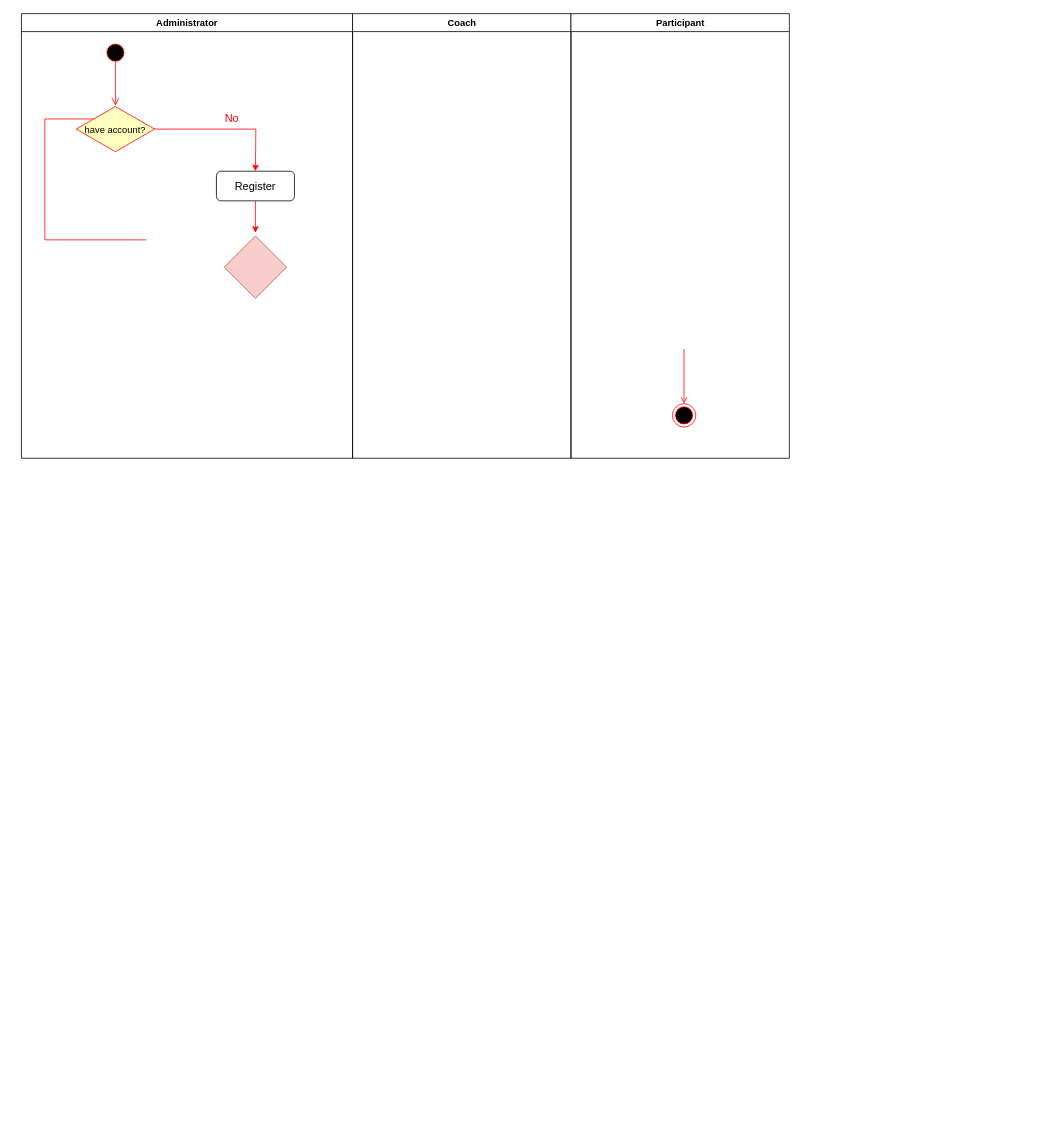
Before: Gym Activity Diagram.drawio in doaa517/Diagrams, a draw.io diagram. Source tidied: cells renumbered, new cells numbered last; positions are measured from the earlier drawing's top-left corner, leaving out a move shared by most shapes. Both pictures are drawn from the tidied source at 78%, with x=0, y=0 at pixel (21, 13).
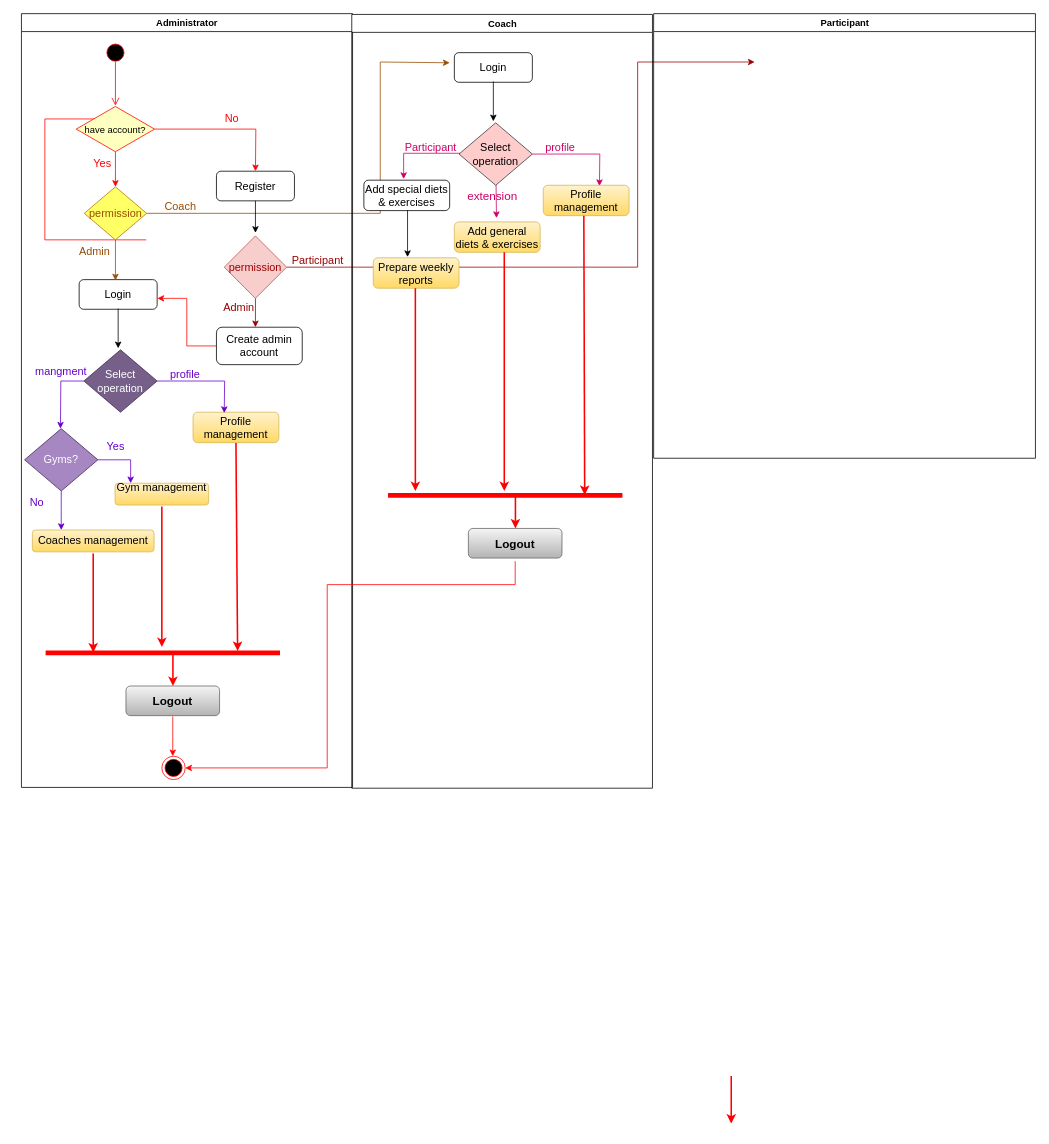
After the change.

The change refers to these unchanged cells:
```xml
<mxCell id="6" value="have account?" style="rhombus;fillColor=#ffffc0;strokeColor=#ff0000;" parent="2" vertex="1">
  <mxGeometry x="70.2" y="119" width="100.5" height="58" as="geometry" />
</mxCell>
```

The edit, as a diff of the source:
```diff
@@
+    <mxCell id="16" style="edgeStyle=orthogonalEdgeStyle;rounded=0;jettySize=auto;html=1;strokeColor=#990000;fontSize=14;fontColor=#994C00;" parent="1" edge="1" source="9">
+      <mxGeometry relative="1" as="geometry">
+        <mxPoint x="940" y="62" as="targetPoint" />
+        <Array as="points">
+          <mxPoint x="790" y="325" />
+          <mxPoint x="790" y="62" />
+        </Array>
+      </mxGeometry>
+    </mxCell>
+    <mxCell id="17" style="edgeStyle=orthogonalEdgeStyle;rounded=0;jettySize=auto;html=1;strokeColor=#994C00;fontSize=14;fontColor=#994C00;entryX=-0.06;entryY=0.342;entryDx=0;entryDy=0;entryPerimeter=0;" parent="1" edge="1" source="25" target="37">
+      <mxGeometry relative="1" as="geometry">
+        <Array as="points">
+          <mxPoint x="460" y="256" />
+          <mxPoint x="460" y="62" />
+        </Array>
+      </mxGeometry>
+    </mxCell>
+    <mxCell id="18" style="edgeStyle=none;rounded=0;jettySize=auto;html=1;strokeColor=#CC0066;strokeWidth=1;fontSize=15;fontColor=#6600CC;" parent="1" edge="1" source="38">
+      <mxGeometry relative="1" as="geometry">
+        <mxPoint x="609" y="262" as="targetPoint" />
+      </mxGeometry>
+    </mxCell>
     <mxCell id="2" value="Administrator" style="swimlane;whiteSpace=wrap;" parent="1" vertex="1">
-      <mxGeometry width="424.5" height="570" as="geometry" />
+      <mxGeometry width="424.5" height="992" as="geometry" />
     </mxCell>
@@
-    <mxCell id="9" style="rhombus;whiteSpace=wrap;html=1;fontSize=14;fillColor=#f8cecc;strokeColor=#b85450;" parent="2" vertex="1">
+    <mxCell id="9" value="&lt;font color=&quot;#990000&quot;&gt;permission&lt;/font&gt;" style="rhombus;whiteSpace=wrap;html=1;fontSize=14;fillColor=#f8cecc;strokeColor=#b85450;" parent="2" vertex="1">
       <mxGeometry x="260" y="285" width="80" height="80" as="geometry" />
     </mxCell>
+    <mxCell id="19" style="edgeStyle=orthogonalEdgeStyle;rounded=0;jettySize=auto;html=1;entryX=1.003;entryY=0.632;entryDx=0;entryDy=0;entryPerimeter=0;strokeColor=#FF0000;fontSize=14;fontColor=#000000;" parent="2" edge="1" source="20" target="22">
+      <mxGeometry relative="1" as="geometry" />
+    </mxCell>
+    <mxCell id="20" value="&lt;font color=&quot;#000000&quot;&gt;Create admin account&lt;br&gt;&lt;/font&gt;" style="rounded=1;whiteSpace=wrap;html=1;fontSize=14;" parent="2" vertex="1">
+      <mxGeometry x="250" y="402" width="110" height="48" as="geometry" />
+    </mxCell>
+    <mxCell id="21" value="&lt;font color=&quot;#FF0000&quot;&gt;Yes&lt;/font&gt;" style="text;html=1;strokeColor=none;fillColor=none;align=center;verticalAlign=middle;whiteSpace=wrap;rounded=0;fontSize=14;fontColor=#000000;" parent="2" vertex="1">
+      <mxGeometry x="74" y="177" width="60" height="30" as="geometry" />
+    </mxCell>
+    <mxCell id="22" value="Login" style="rounded=1;whiteSpace=wrap;html=1;fontSize=14;fontColor=#000000;" parent="2" vertex="1">
+      <mxGeometry x="74" y="341" width="100" height="38" as="geometry" />
+    </mxCell>
+    <mxCell id="23" value="&lt;font color=&quot;#994C00&quot;&gt;Admin&lt;/font&gt;" style="text;html=1;strokeColor=none;fillColor=none;align=center;verticalAlign=middle;whiteSpace=wrap;rounded=0;fontSize=14;fontColor=#FF0000;" parent="2" vertex="1">
+      <mxGeometry x="64" y="290" width="60" height="30" as="geometry" />
+    </mxCell>
+    <mxCell id="24" value="Select operation" style="rhombus;whiteSpace=wrap;html=1;fontSize=14;fillColor=#76608a;strokeColor=#432D57;fontColor=#ffffff;" parent="2" vertex="1">
+      <mxGeometry x="80" y="431" width="94" height="80" as="geometry" />
+    </mxCell>
+    <mxCell id="25" value="&lt;font color=&quot;#994C00&quot;&gt;permission&lt;/font&gt;" style="rhombus;whiteSpace=wrap;html=1;fontSize=14;fillColor=#FFFF66;strokeColor=#BD7000;fontColor=#000000;" parent="2" vertex="1">
+      <mxGeometry x="80.5" y="222" width="80" height="68" as="geometry" />
+    </mxCell>
+    <mxCell id="26" value="&lt;font color=&quot;#994C00&quot;&gt;Coach&lt;/font&gt;" style="text;html=1;strokeColor=none;fillColor=none;align=center;verticalAlign=middle;whiteSpace=wrap;rounded=0;fontSize=14;fontColor=#FF0000;" parent="2" vertex="1">
+      <mxGeometry x="174" y="232" width="60" height="30" as="geometry" />
+    </mxCell>
+    <mxCell id="27" value="&lt;font color=&quot;#990000&quot;&gt;Participant&lt;/font&gt;" style="text;html=1;strokeColor=none;fillColor=none;align=center;verticalAlign=middle;whiteSpace=wrap;rounded=0;fontSize=14;fontColor=#FF0000;" parent="2" vertex="1">
+      <mxGeometry x="350" y="302" width="60" height="30" as="geometry" />
+    </mxCell>
+    <mxCell id="28" value="&lt;font color=&quot;#6600CC&quot;&gt;profile&lt;/font&gt;" style="text;html=1;strokeColor=none;fillColor=none;align=center;verticalAlign=middle;whiteSpace=wrap;rounded=0;fontSize=14;fontColor=#990000;" parent="2" vertex="1">
+      <mxGeometry x="180" y="448" width="60" height="30" as="geometry" />
+    </mxCell>
+    <mxCell id="29" value="mangment" style="text;html=1;strokeColor=none;fillColor=none;align=center;verticalAlign=middle;whiteSpace=wrap;rounded=0;fontSize=14;fontColor=#6600CC;" parent="2" vertex="1">
+      <mxGeometry x="21" y="444" width="60" height="30" as="geometry" />
+    </mxCell>
+    <mxCell id="30" value="Gyms?" style="rhombus;whiteSpace=wrap;html=1;fontSize=14;fillColor=#A687C2;strokeColor=#432D57;fontColor=#ffffff;" parent="2" vertex="1">
+      <mxGeometry x="4" y="532" width="94" height="80" as="geometry" />
+    </mxCell>
+    <mxCell id="31" value="&lt;p&gt;&lt;span&gt;Profile management&lt;/span&gt;&lt;/p&gt;" style="rounded=1;whiteSpace=wrap;html=1;fontSize=14;fillColor=#fff2cc;gradientColor=#ffd966;strokeColor=#d6b656;" parent="2" vertex="1">
+      <mxGeometry x="220" y="511" width="110" height="39" as="geometry" />
+    </mxCell>
+    <mxCell id="32" value="Yes" style="text;html=1;strokeColor=none;fillColor=none;align=center;verticalAlign=middle;whiteSpace=wrap;rounded=0;fontSize=14;fontColor=#6600CC;" parent="2" vertex="1">
+      <mxGeometry x="91" y="540" width="60" height="30" as="geometry" />
+    </mxCell>
+    <mxCell id="33" value="&#10;&lt;p&gt;&lt;/p&gt;&lt;p&gt;&lt;span&gt;Gym management&lt;/span&gt;&lt;/p&gt;&lt;p&gt;&lt;/p&gt;&#10;&#10;" style="rounded=1;whiteSpace=wrap;html=1;fontSize=14;fillColor=#fff2cc;gradientColor=#ffd966;strokeColor=#d6b656;" parent="2" vertex="1">
+      <mxGeometry x="120" y="602" width="120" height="28" as="geometry" />
+    </mxCell>
+    <mxCell id="34" value="&lt;br&gt;&lt;p&gt;&lt;/p&gt;&lt;p&gt;&lt;span&gt;Coaches &lt;/span&gt;&lt;span&gt;management&lt;/span&gt;&lt;/p&gt;&lt;p&gt;&lt;/p&gt;&lt;br&gt;" style="rounded=1;whiteSpace=wrap;html=1;fontSize=14;fillColor=#fff2cc;gradientColor=#ffd966;strokeColor=#d6b656;" parent="2" vertex="1">
+      <mxGeometry x="14" y="662" width="156" height="28" as="geometry" />
+    </mxCell>
+    <mxCell id="35" style="shape=line;strokeWidth=6;strokeColor=#ff0000;rotation=-180;" parent="2" vertex="1">
+      <mxGeometry x="31" y="812" width="300.5" height="15" as="geometry" />
+    </mxCell>
+    <mxCell id="36" value="&lt;b&gt;&lt;font style=&quot;font-size: 15px;&quot;&gt;Logout&lt;/font&gt;&lt;/b&gt;" style="rounded=1;whiteSpace=wrap;html=1;fontSize=14;fillColor=#f5f5f5;gradientColor=#b3b3b3;strokeColor=#666666;" parent="2" vertex="1">
+      <mxGeometry x="134" y="862" width="120" height="38" as="geometry" />
+    </mxCell>
+    <mxCell id="12" style="ellipse;shape=endState;fillColor=#000000;strokeColor=#ff0000;" parent="2" vertex="1">
+      <mxGeometry x="180" y="952" width="30" height="30" as="geometry" />
+    </mxCell>
     <mxCell id="10" value="Coach" style="swimlane;whiteSpace=wrap;" parent="1" vertex="1">
-      <mxGeometry x="424.5" width="280" height="570" as="geometry" />
+      <mxGeometry x="423.5" y="1" width="385.5" height="992" as="geometry" />
     </mxCell>
+    <mxCell id="37" value="Login" style="rounded=1;whiteSpace=wrap;html=1;fontSize=14;fontColor=#000000;" parent="10" vertex="1">
+      <mxGeometry x="131.5" y="49" width="100" height="38" as="geometry" />
+    </mxCell>
+    <mxCell id="38" value="Select operation" style="rhombus;whiteSpace=wrap;html=1;fontSize=14;fillColor=#ffcccc;strokeColor=#36393d;" parent="10" vertex="1">
+      <mxGeometry x="137.5" y="139" width="94" height="80" as="geometry" />
+    </mxCell>
+    <mxCell id="39" value="&lt;font color=&quot;#CC0066&quot;&gt;profile&lt;/font&gt;" style="text;html=1;strokeColor=none;fillColor=none;align=center;verticalAlign=middle;whiteSpace=wrap;rounded=0;fontSize=14;fontColor=#990000;" parent="10" vertex="1">
+      <mxGeometry x="237.5" y="156" width="60" height="30" as="geometry" />
+    </mxCell>
+    <mxCell id="40" value="&lt;font color=&quot;#CC0066&quot;&gt;Participant&lt;/font&gt;" style="text;html=1;strokeColor=none;fillColor=none;align=center;verticalAlign=middle;whiteSpace=wrap;rounded=0;fontSize=14;fontColor=#6600CC;" parent="10" vertex="1">
+      <mxGeometry x="71.5" y="156" width="60" height="30" as="geometry" />
+    </mxCell>
+    <mxCell id="41" style="edgeStyle=orthogonalEdgeStyle;rounded=0;orthogonalLoop=1;jettySize=auto;html=1;strokeColor=#000000;fontSize=14;fontColor=#000000;" parent="10" edge="1">
+      <mxGeometry relative="1" as="geometry">
+        <mxPoint x="181.5" y="86" as="sourcePoint" />
+        <mxPoint x="181.5" y="137" as="targetPoint" />
+      </mxGeometry>
+    </mxCell>
+    <mxCell id="42" style="edgeStyle=orthogonalEdgeStyle;rounded=0;jettySize=auto;html=1;strokeColor=#CC0066;fontSize=14;fontColor=#990000;" parent="10" edge="1" source="38">
+      <mxGeometry relative="1" as="geometry">
+        <mxPoint x="317.5" y="220" as="targetPoint" />
+      </mxGeometry>
+    </mxCell>
+    <mxCell id="43" value="&lt;p&gt;&lt;span&gt;Profile management&lt;/span&gt;&lt;/p&gt;" style="rounded=1;whiteSpace=wrap;html=1;fontSize=14;fillColor=#fff2cc;gradientColor=#ffd966;strokeColor=#d6b656;" parent="10" vertex="1">
+      <mxGeometry x="245.5" y="219" width="110" height="39" as="geometry" />
+    </mxCell>
+    <mxCell id="44" value="extension" style="text;html=1;strokeColor=none;fillColor=none;align=center;verticalAlign=middle;whiteSpace=wrap;rounded=0;fontSize=15;fontColor=#CC0066;" parent="10" vertex="1">
+      <mxGeometry x="150.5" y="217" width="60" height="30" as="geometry" />
+    </mxCell>
+    <mxCell id="45" value="&lt;p&gt;&lt;span&gt;Add general diets&lt;/span&gt; &amp;amp; exercises &lt;/p&gt;" style="rounded=1;whiteSpace=wrap;html=1;fontSize=14;fillColor=#fff2cc;gradientColor=#ffd966;strokeColor=#d6b656;" parent="10" vertex="1">
+      <mxGeometry x="131.5" y="266" width="110" height="39" as="geometry" />
+    </mxCell>
+    <mxCell id="46" value="&lt;p&gt;&lt;span&gt;Add special diets&lt;/span&gt; &amp;amp; exercises&lt;/p&gt;" style="rounded=1;whiteSpace=wrap;html=1;fontSize=14;" parent="10" vertex="1">
+      <mxGeometry x="15.5" y="212.5" width="110" height="39" as="geometry" />
+    </mxCell>
+    <mxCell id="47" value="&lt;span&gt;Prepare weekly reports &lt;/span&gt;" style="rounded=1;whiteSpace=wrap;html=1;fontSize=14;fillColor=#fff2cc;gradientColor=#ffd966;strokeColor=#d6b656;" parent="10" vertex="1">
+      <mxGeometry x="27.5" y="312" width="110" height="39" as="geometry" />
+    </mxCell>
+    <mxCell id="48" style="rounded=0;jettySize=auto;html=1;strokeColor=#FF0000;fontSize=14;fontColor=#6600CC;strokeWidth=2;entryX=0.161;entryY=0.533;entryDx=0;entryDy=0;entryPerimeter=0;" parent="10" edge="1" target="51">
+      <mxGeometry relative="1" as="geometry">
+        <mxPoint x="297.5" y="258" as="sourcePoint" />
+      </mxGeometry>
+    </mxCell>
+    <mxCell id="49" style="rounded=0;jettySize=auto;html=1;strokeColor=#FF0000;fontSize=14;fontColor=#6600CC;strokeWidth=2;exitX=0.582;exitY=1;exitDx=0;exitDy=0;exitPerimeter=0;" parent="10" edge="1" source="45">
+      <mxGeometry relative="1" as="geometry">
+        <mxPoint x="195.5" y="611" as="targetPoint" />
+      </mxGeometry>
+    </mxCell>
+    <mxCell id="50" style="rounded=0;orthogonalLoop=1;jettySize=auto;html=1;strokeColor=#FF0000;fontSize=14;fontColor=#6600CC;strokeWidth=2;" parent="10" edge="1">
+      <mxGeometry relative="1" as="geometry">
+        <mxPoint x="81.5" y="351" as="sourcePoint" />
+        <mxPoint x="81.5" y="611" as="targetPoint" />
+      </mxGeometry>
+    </mxCell>
+    <mxCell id="51" style="shape=line;strokeWidth=6;strokeColor=#ff0000;rotation=-180;" parent="10" vertex="1">
+      <mxGeometry x="46.5" y="609" width="300.5" height="15" as="geometry" />
+    </mxCell>
+    <mxCell id="52" value="&lt;b&gt;&lt;font style=&quot;font-size: 15px;&quot;&gt;Logout&lt;/font&gt;&lt;/b&gt;" style="rounded=1;whiteSpace=wrap;html=1;fontSize=14;fillColor=#f5f5f5;gradientColor=#b3b3b3;strokeColor=#666666;" parent="10" vertex="1">
+      <mxGeometry x="149.5" y="659" width="120" height="38" as="geometry" />
+    </mxCell>
+    <mxCell id="53" style="edgeStyle=none;rounded=0;orthogonalLoop=1;jettySize=auto;html=1;strokeColor=#FF0000;fontSize=14;fontColor=#6600CC;strokeWidth=2;" parent="10" edge="1">
+      <mxGeometry relative="1" as="geometry">
+        <mxPoint x="209.8" y="616.5" as="sourcePoint" />
+        <mxPoint x="209.8" y="659" as="targetPoint" />
+      </mxGeometry>
+    </mxCell>
     <mxCell id="11" value="Participant" style="swimlane;whiteSpace=wrap;" parent="1" vertex="1">
-      <mxGeometry x="704.5" width="280" height="570" as="geometry" />
+      <mxGeometry x="810.5" width="489.5" height="570" as="geometry" />
     </mxCell>
-    <mxCell id="12" style="ellipse;shape=endState;fillColor=#000000;strokeColor=#ff0000;" parent="11" vertex="1">
-      <mxGeometry x="130" y="500" width="30" height="30" as="geometry" />
-    </mxCell>
-    <mxCell id="13" style="endArrow=open;strokeColor=#FF0000;endFill=1;rounded=0;" parent="11" edge="1" target="12">
-      <mxGeometry relative="1" as="geometry">
-        <mxPoint x="145" y="430" as="sourcePoint" />
-      </mxGeometry>
-    </mxCell>
@@
-    <mxCell id="15" style="edgeStyle=orthogonalEdgeStyle;rounded=0;orthogonalLoop=1;jettySize=auto;html=1;strokeColor=#FF0000;fontSize=14;fontColor=#000000;" parent="1" edge="1">
+    <mxCell id="15" style="edgeStyle=orthogonalEdgeStyle;rounded=0;orthogonalLoop=1;jettySize=auto;html=1;strokeColor=#000000;fontSize=14;fontColor=#000000;" parent="1" edge="1">
       <mxGeometry relative="1" as="geometry">
         <mxPoint x="300" y="240" as="sourcePoint" />
         <mxPoint x="300" y="281" as="targetPoint" />
       </mxGeometry>
     </mxCell>
+    <mxCell id="54" style="edgeStyle=orthogonalEdgeStyle;rounded=0;jettySize=auto;html=1;strokeColor=#990000;fontSize=14;fontColor=#990000;" parent="1" edge="1" source="9">
+      <mxGeometry relative="1" as="geometry">
+        <mxPoint x="300" y="402" as="targetPoint" />
+      </mxGeometry>
+    </mxCell>
+    <mxCell id="55" style="edgeStyle=orthogonalEdgeStyle;rounded=0;jettySize=auto;html=1;strokeColor=#FF0000;fontSize=14;fontColor=#000000;" parent="1" edge="1" source="6">
+      <mxGeometry relative="1" as="geometry">
+        <mxPoint x="120.5" y="222" as="targetPoint" />
+      </mxGeometry>
+    </mxCell>
+    <mxCell id="56" style="edgeStyle=orthogonalEdgeStyle;rounded=0;orthogonalLoop=1;jettySize=auto;html=1;strokeColor=#000000;fontSize=14;fontColor=#000000;" parent="1" edge="1">
+      <mxGeometry relative="1" as="geometry">
+        <mxPoint x="124" y="378" as="sourcePoint" />
+        <mxPoint x="124" y="429" as="targetPoint" />
+      </mxGeometry>
+    </mxCell>
+    <mxCell id="57" style="edgeStyle=orthogonalEdgeStyle;rounded=0;jettySize=auto;html=1;strokeColor=#994C00;fontSize=14;fontColor=#994C00;" parent="1" edge="1" source="25">
+      <mxGeometry relative="1" as="geometry">
+        <mxPoint x="120.5" y="342" as="targetPoint" />
+      </mxGeometry>
+    </mxCell>
+    <mxCell id="58" value="&lt;font color=&quot;#990000&quot;&gt;Admin&lt;/font&gt;" style="text;html=1;strokeColor=none;fillColor=none;align=center;verticalAlign=middle;whiteSpace=wrap;rounded=0;fontSize=14;fontColor=#FF0000;" parent="1" vertex="1">
+      <mxGeometry x="249" y="362" width="60" height="30" as="geometry" />
+    </mxCell>
+    <mxCell id="59" style="edgeStyle=orthogonalEdgeStyle;rounded=0;jettySize=auto;html=1;strokeColor=#6600CC;fontSize=14;fontColor=#990000;" parent="1" edge="1" source="24">
+      <mxGeometry relative="1" as="geometry">
+        <mxPoint x="260" y="512" as="targetPoint" />
+      </mxGeometry>
+    </mxCell>
+    <mxCell id="60" style="edgeStyle=orthogonalEdgeStyle;rounded=0;jettySize=auto;html=1;strokeColor=#6600CC;fontSize=14;fontColor=#990000;" parent="1" edge="1" source="24">
+      <mxGeometry relative="1" as="geometry">
+        <mxPoint x="50" y="532" as="targetPoint" />
+      </mxGeometry>
+    </mxCell>
+    <mxCell id="61" style="edgeStyle=elbowEdgeStyle;rounded=0;jettySize=auto;html=1;strokeColor=#6600CC;fontSize=14;fontColor=#6600CC;" parent="1" edge="1" source="30">
+      <mxGeometry relative="1" as="geometry">
+        <mxPoint x="140" y="602" as="targetPoint" />
+        <Array as="points">
+          <mxPoint x="140" y="572" />
+        </Array>
+      </mxGeometry>
+    </mxCell>
+    <mxCell id="62" style="edgeStyle=elbowEdgeStyle;rounded=0;jettySize=auto;html=1;strokeColor=#6600CC;fontSize=14;fontColor=#6600CC;" parent="1" edge="1" source="30">
+      <mxGeometry relative="1" as="geometry">
+        <mxPoint x="51" y="662" as="targetPoint" />
+      </mxGeometry>
+    </mxCell>
+    <mxCell id="63" value="No" style="text;html=1;strokeColor=none;fillColor=none;align=center;verticalAlign=middle;whiteSpace=wrap;rounded=0;fontSize=14;fontColor=#6600CC;" parent="1" vertex="1">
+      <mxGeometry x="-10" y="612" width="60" height="30" as="geometry" />
+    </mxCell>
+    <mxCell id="64" style="rounded=0;jettySize=auto;html=1;strokeColor=#FF0000;fontSize=14;fontColor=#6600CC;entryX=0.181;entryY=0.667;entryDx=0;entryDy=0;entryPerimeter=0;strokeWidth=2;" parent="1" edge="1" target="35">
+      <mxGeometry relative="1" as="geometry">
+        <mxPoint x="275" y="550.5" as="sourcePoint" />
+      </mxGeometry>
+    </mxCell>
+    <mxCell id="65" style="edgeStyle=elbowEdgeStyle;rounded=0;orthogonalLoop=1;jettySize=auto;html=1;strokeColor=#FF0000;fontSize=14;fontColor=#6600CC;strokeWidth=2;" parent="1" edge="1">
+      <mxGeometry relative="1" as="geometry">
+        <mxPoint x="180" y="632" as="sourcePoint" />
+        <mxPoint x="180" y="812" as="targetPoint" />
+      </mxGeometry>
+    </mxCell>
+    <mxCell id="66" style="edgeStyle=elbowEdgeStyle;rounded=0;jettySize=auto;html=1;strokeColor=#FF0000;fontSize=14;fontColor=#6600CC;entryX=0.794;entryY=0.533;entryDx=0;entryDy=0;entryPerimeter=0;strokeWidth=2;" parent="1" edge="1" target="35">
+      <mxGeometry relative="1" as="geometry">
+        <mxPoint x="92" y="692" as="sourcePoint" />
+      </mxGeometry>
+    </mxCell>
+    <mxCell id="67" style="edgeStyle=none;rounded=0;orthogonalLoop=1;jettySize=auto;html=1;strokeColor=#FF0000;fontSize=14;fontColor=#6600CC;strokeWidth=2;" parent="1" edge="1">
+      <mxGeometry relative="1" as="geometry">
+        <mxPoint x="194.2" y="819.5" as="sourcePoint" />
+        <mxPoint x="194.2" y="862" as="targetPoint" />
+      </mxGeometry>
+    </mxCell>
+    <mxCell id="68" style="edgeStyle=none;rounded=0;orthogonalLoop=1;jettySize=auto;html=1;strokeColor=#FF0000;strokeWidth=2;fontSize=15;fontColor=#6600CC;" parent="1" edge="1">
+      <mxGeometry relative="1" as="geometry">
+        <mxPoint x="910" y="1362" as="sourcePoint" />
+        <mxPoint x="910" y="1423" as="targetPoint" />
+      </mxGeometry>
+    </mxCell>
+    <mxCell id="69" style="edgeStyle=none;rounded=0;orthogonalLoop=1;jettySize=auto;html=1;strokeColor=#FF0000;strokeWidth=1;fontSize=15;fontColor=#6600CC;" parent="1" edge="1">
+      <mxGeometry relative="1" as="geometry">
+        <mxPoint x="194" y="901" as="sourcePoint" />
+        <mxPoint x="194" y="952" as="targetPoint" />
+      </mxGeometry>
+    </mxCell>
+    <mxCell id="70" style="edgeStyle=orthogonalEdgeStyle;rounded=0;jettySize=auto;html=1;strokeColor=#CC0066;strokeWidth=1;fontSize=15;fontColor=#CC0066;" parent="1" edge="1" source="38">
+      <mxGeometry relative="1" as="geometry">
+        <mxPoint x="490" y="212" as="targetPoint" />
+        <Array as="points">
+          <mxPoint x="490" y="179" />
+          <mxPoint x="490" y="202" />
+        </Array>
+      </mxGeometry>
+    </mxCell>
+    <mxCell id="71" style="edgeStyle=orthogonalEdgeStyle;rounded=0;orthogonalLoop=1;jettySize=auto;html=1;strokeColor=#000000;strokeWidth=1;fontSize=15;fontColor=#CC0066;" parent="1" edge="1">
+      <mxGeometry relative="1" as="geometry">
+        <mxPoint x="495" y="252" as="sourcePoint" />
+        <mxPoint x="495" y="312" as="targetPoint" />
+      </mxGeometry>
+    </mxCell>
+    <mxCell id="72" style="edgeStyle=orthogonalEdgeStyle;rounded=0;jettySize=auto;html=1;entryX=1;entryY=0.5;entryDx=0;entryDy=0;strokeColor=#FF0000;strokeWidth=1;fontSize=15;fontColor=#CC0066;" parent="1" edge="1" target="12">
+      <mxGeometry relative="1" as="geometry">
+        <mxPoint x="633" y="702" as="sourcePoint" />
+        <Array as="points">
+          <mxPoint x="633" y="732" />
+          <mxPoint x="392" y="732" />
+          <mxPoint x="392" y="967" />
+        </Array>
+      </mxGeometry>
+    </mxCell>
```
